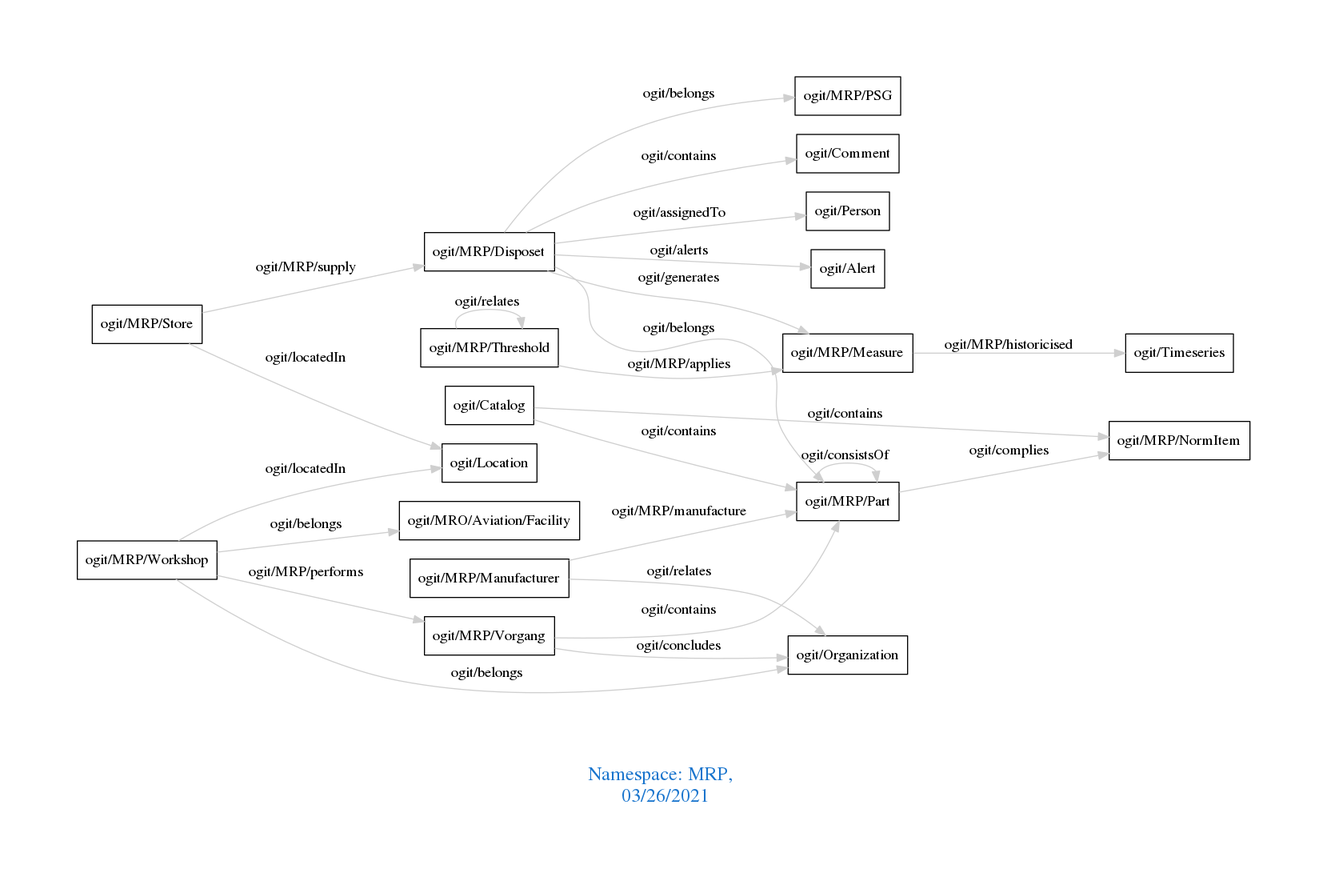
Above: downloads/MRP.png in arago/OGIT (Graphviz), before the change. Its source is kept beside it as downloads/MRP.dot.
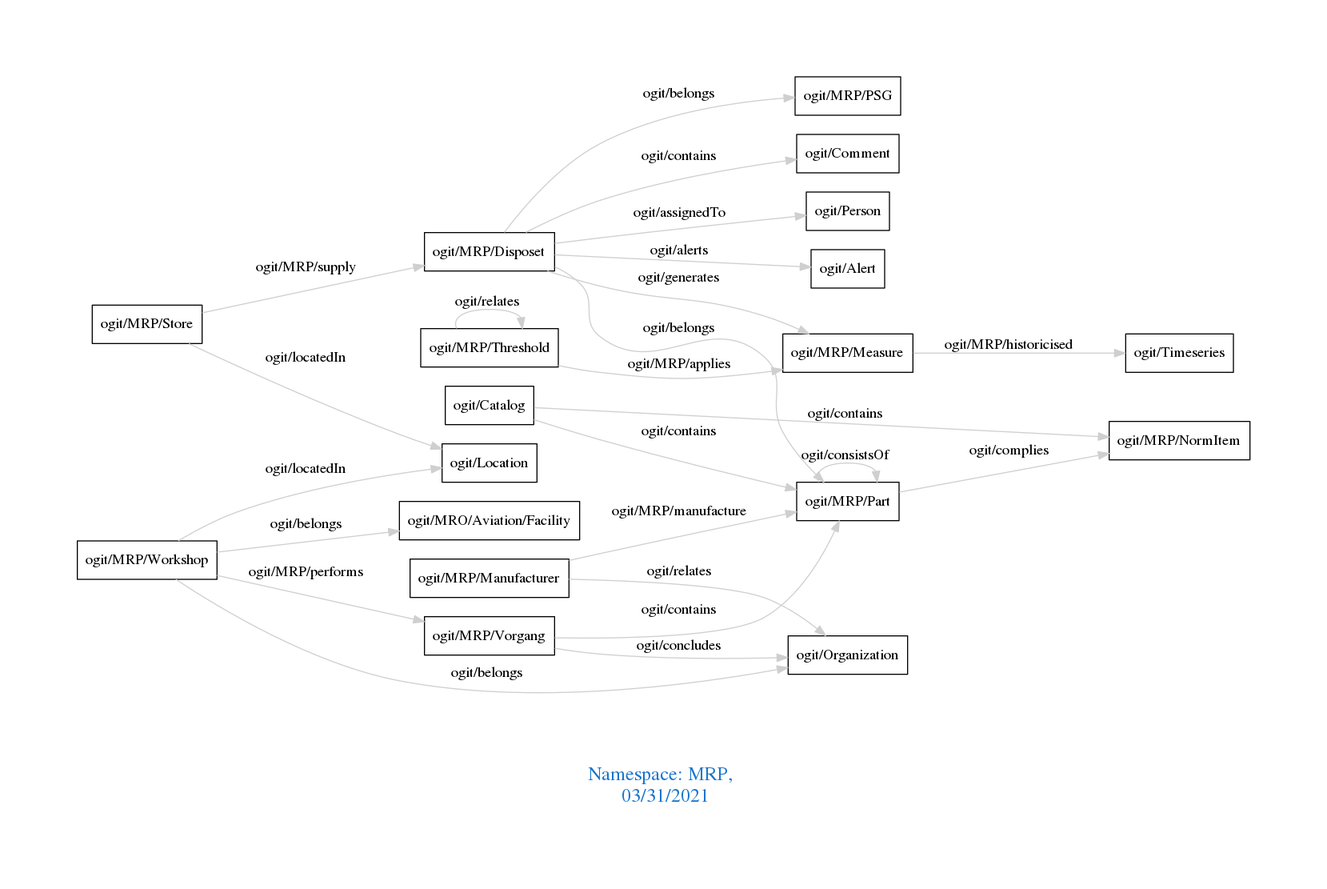
Later version of the same file.

Diff of the diagram source:
```diff
@@ -1,7 +1,7 @@
 digraph OGIT_ontology {
  graph [ rankdir= LR,pad=1
 fontsize = 18,
-fontcolor= dodgerblue3,label = "\n\n\nNamespace: MRP, \n 03/26/2021"];
+fontcolor= dodgerblue3,label = "\n\n\nNamespace: MRP, \n 03/31/2021"];
 node[shape=polygon];
 edge [  color="gray81"];
 
```
